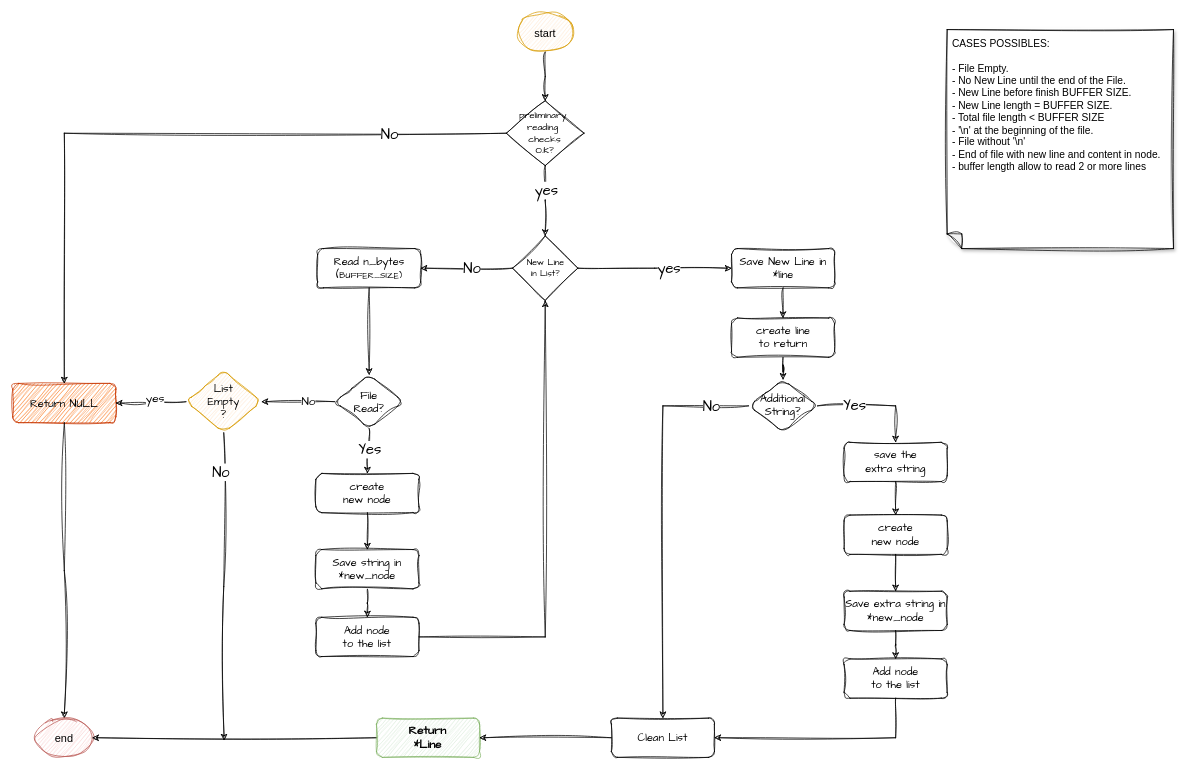
Earlier version of the draw.io diagram flowcharts_get_next_line.drawio (leonel-carrizo/get_next_line). Source tidied: cells renumbered, new cells numbered last; positions are measured from the earlier drawing's top-left corner, leaving out a move shared by most shapes. Both pictures are drawn from the tidied source at 73%, with x=0, y=0 at pixel (12, 12).
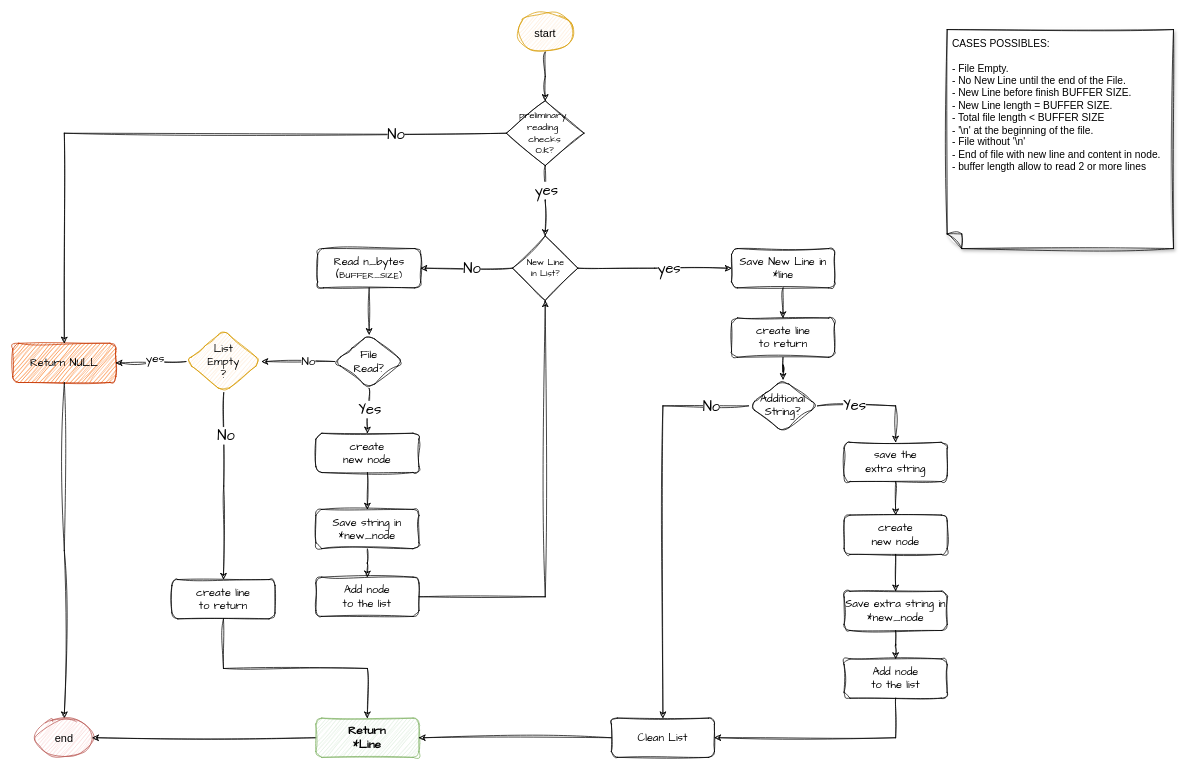
Above is the later version.

Change to the diagram source:
```diff
@@
     <mxCell id="6" value="Return NULL" style="rounded=1;whiteSpace=wrap;html=1;fontSize=15;fontFamily=Architects Daughter;sketch=1;curveFitting=1;jiggle=2;hachureGap=4;fillColor=#fa6800;fontColor=#000000;strokeColor=#C73500;" parent="1" vertex="1">
-      <mxGeometry y="507.7" width="141.2" height="53.8" as="geometry" />
+      <mxGeometry y="452.7" width="141.2" height="53.8" as="geometry" />
     </mxCell>
@@
     <mxCell id="10" value="File&lt;br&gt;Read?" style="rhombus;whiteSpace=wrap;html=1;fontSize=15;fontFamily=Architects Daughter;rounded=1;sketch=1;curveFitting=1;jiggle=2;hachureGap=4;" parent="1" vertex="1">
-      <mxGeometry x="441.1" y="496" width="94.2" height="73.5" as="geometry" />
+      <mxGeometry x="441.1" y="441" width="94.2" height="73.5" as="geometry" />
     </mxCell>
@@
     <mxCell id="12" value="&lt;div style=&quot;font-size: 15px;&quot;&gt;create&lt;/div&gt;&lt;div style=&quot;font-size: 15px;&quot;&gt;new node&lt;br style=&quot;font-size: 15px;&quot;&gt;&lt;/div&gt;" style="rounded=1;whiteSpace=wrap;html=1;fontSize=15;fontFamily=Architects Daughter;sketch=1;curveFitting=1;jiggle=2;hachureGap=4;" parent="1" vertex="1">
-      <mxGeometry x="415.2" y="631" width="141.2" height="53.8" as="geometry" />
+      <mxGeometry x="415.2" y="576" width="141.2" height="53.8" as="geometry" />
     </mxCell>
@@
     <mxCell id="15" value="&lt;div&gt;Add node &lt;br&gt;&lt;/div&gt;&lt;div&gt;to the list&lt;br&gt;&lt;/div&gt;" style="whiteSpace=wrap;html=1;fontSize=15;fontFamily=Architects Daughter;rounded=1;sketch=1;curveFitting=1;jiggle=2;hachureGap=4;" parent="1" vertex="1">
-      <mxGeometry x="415.2" y="828.1" width="141.2" height="53.8" as="geometry" />
+      <mxGeometry x="415.2" y="773.1" width="141.2" height="53.8" as="geometry" />
     </mxCell>
@@
     <mxCell id="21" value="&lt;div style=&quot;font-size: 16px;&quot;&gt;&lt;b&gt;&lt;font style=&quot;font-size: 16px;&quot;&gt;Return&lt;/font&gt;&lt;/b&gt;&lt;/div&gt;&lt;div style=&quot;font-size: 16px;&quot;&gt;&lt;b&gt;&lt;font style=&quot;font-size: 16px;&quot;&gt;*Line&lt;/font&gt;&lt;/b&gt;&lt;br&gt;&lt;/div&gt;" style="whiteSpace=wrap;html=1;fontSize=15;fontFamily=Architects Daughter;rounded=1;sketch=1;curveFitting=1;jiggle=2;hachureGap=4;fillColor=#d5e8d4;strokeColor=#82b366;" parent="1" vertex="1">
-      <mxGeometry x="498.2" y="966.2" width="141.2" height="53.8" as="geometry" />
+      <mxGeometry x="415.2" y="966.2" width="141.2" height="53.8" as="geometry" />
     </mxCell>
@@
     <mxCell id="30" value="Save string in *new_node" style="whiteSpace=wrap;html=1;fontSize=15;fontFamily=Architects Daughter;rounded=1;sketch=1;curveFitting=1;jiggle=2;hachureGap=4;" parent="1" vertex="1">
-      <mxGeometry x="415.2" y="735.3" width="141.2" height="53.8" as="geometry" />
+      <mxGeometry x="415.2" y="680.3" width="141.2" height="53.8" as="geometry" />
     </mxCell>
@@
-    <mxCell id="34" style="edgeStyle=orthogonalEdgeStyle;rounded=0;sketch=1;hachureGap=4;jiggle=2;curveFitting=1;jettySize=auto;html=1;fontFamily=Architects Daughter;fontSize=16;" parent="1" edge="1" source="36">
-      <mxGeometry relative="1" as="geometry">
-        <mxPoint x="289.4" y="996.8" as="targetPoint" />
-      </mxGeometry>
-    </mxCell>
+    <mxCell id="57" style="edgeStyle=orthogonalEdgeStyle;rounded=0;sketch=1;hachureGap=4;jiggle=2;curveFitting=1;jettySize=auto;html=1;fontFamily=Architects Daughter;fontSize=16;" parent="1" edge="1" source="36" target="59">
+      <mxGeometry relative="1" as="geometry" />
+    </mxCell>
-    <mxCell id="35" value="No" style="edgeLabel;html=1;align=center;verticalAlign=middle;fontSize=20;fontFamily=Architects Daughter;" parent="34" vertex="1">
-      <mxGeometry x="-0.75" y="-5" relative="1" as="geometry" />
+    <mxCell id="35" value="No" style="edgeLabel;html=1;align=center;verticalAlign=middle;fontSize=20;fontFamily=Architects Daughter;" parent="57" vertex="1">
+      <mxGeometry x="-0.55" y="2" relative="1" as="geometry" />
     </mxCell>
     <mxCell id="36" value="&lt;div&gt;List &lt;br&gt;&lt;/div&gt;&lt;div&gt;Empty&lt;/div&gt;&lt;div&gt;?&lt;br&gt;&lt;/div&gt;" style="rhombus;whiteSpace=wrap;html=1;fontSize=15;fontFamily=Architects Daughter;rounded=1;sketch=1;curveFitting=1;jiggle=2;hachureGap=4;fillColor=#ffe6cc;strokeColor=#d79b00;" parent="1" vertex="1">
-      <mxGeometry x="237.2" y="490.2" width="103.6" height="85.1" as="geometry" />
+      <mxGeometry x="237.2" y="435.2" width="103.6" height="85.1" as="geometry" />
     </mxCell>
@@
+    <mxCell id="58" style="edgeStyle=orthogonalEdgeStyle;rounded=0;sketch=1;hachureGap=4;jiggle=2;curveFitting=1;jettySize=auto;html=1;entryX=0.5;entryY=0;entryDx=0;entryDy=0;fontFamily=Architects Daughter;fontSize=16;exitX=0.5;exitY=1;exitDx=0;exitDy=0;" parent="1" edge="1" source="59" target="21">
+      <mxGeometry relative="1" as="geometry" />
+    </mxCell>
+    <mxCell id="59" value="create line&lt;br&gt;to return" style="rounded=1;whiteSpace=wrap;html=1;fontSize=15;fontFamily=Architects Daughter;sketch=1;curveFitting=1;jiggle=2;hachureGap=4;" parent="1" vertex="1">
+      <mxGeometry x="218" y="776.4" width="141.2" height="53.8" as="geometry" />
+    </mxCell>
```
